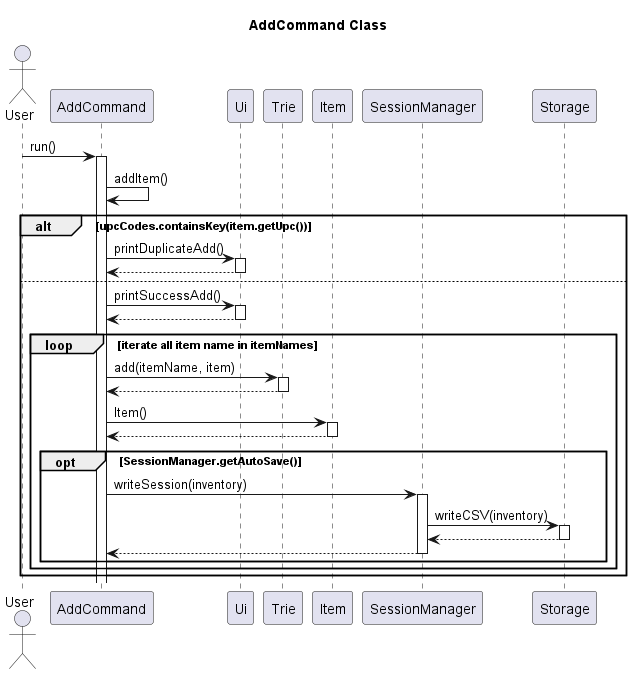
The PlantUML diagram docs/UML/Add/AddCommand.png in nus-cs2113-AY2223S2/tp, before a commit.
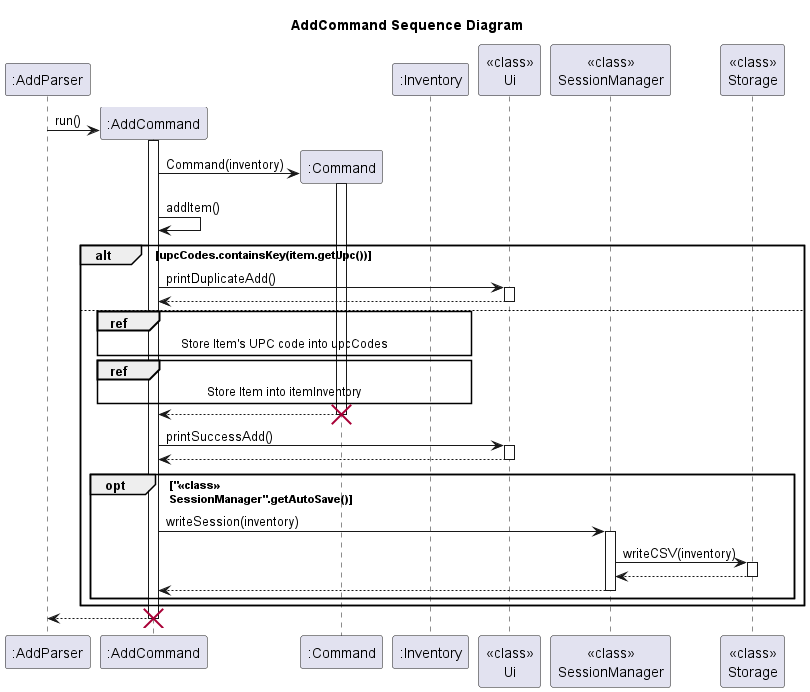
After the commit.

Change to the diagram source:
```diff
@@ -1,48 +1,46 @@
 @startuml
-title AddCommand Class
+title AddCommand Sequence Diagram
 
-actor User
-participant AddCommand
-User -> AddCommand: run()
+participant ":AddParser"
+participant ":AddCommand"
+":AddParser" -> ":AddCommand"**: run()
 
-activate AddCommand
-participant Ui
-AddCommand -> AddCommand: addItem()
+activate ":AddCommand"
+":AddCommand" -> ":Command"**:Command(inventory)
+activate ":Command"
+participant ":Inventory"
+participant "<<class>>\nUi"
+":AddCommand" -> ":AddCommand": addItem()
+
 alt upcCodes.containsKey(item.getUpc())
-AddCommand -> Ui: printDuplicateAdd()
-activate Ui
-Ui -->AddCommand:
-deactivate Ui
+":AddCommand" -> "<<class>>\nUi": printDuplicateAdd()
+activate "<<class>>\nUi"
+"<<class>>\nUi" -->":AddCommand":
+deactivate "<<class>>\nUi"
 else
-AddCommand -> Ui: printSuccessAdd()
-activate Ui
-Ui -->AddCommand:
-deactivate Ui
-participant Trie
-loop iterate all item name in itemNames
-AddCommand -> Trie:add(itemName, item)
-activate Trie
-Trie --> AddCommand:
-deactivate Trie
-AddCommand -> Item:Item()
-activate Item
-Item --> AddCommand:
-deactivate Item
-participant SessionManager
-participant Storage
-opt SessionManager.getAutoSave()
-AddCommand ->SessionManager:writeSession(inventory)
-activate SessionManager
-SessionManager->Storage:writeCSV(inventory)
-activate Storage
-Storage -->SessionManager:
-deactivate Storage
-SessionManager -->AddCommand:
-deactivate SessionManager
+ref over ":AddCommand",":Inventory":Store Item's UPC code into upcCodes
+ref over ":AddCommand",":Inventory":Store Item into itemInventory
+":Command" -->":AddCommand":
+deactivate ":Command"
+destroy ":Command"
+":AddCommand" -> "<<class>>\nUi": printSuccessAdd()
+activate "<<class>>\nUi"
+"<<class>>\nUi" -->":AddCommand":
+deactivate "<<class>>\nUi"
+participant "<<class>>\nSessionManager"
+participant "<<class>>\nStorage"
+opt "<<class>>\nSessionManager".getAutoSave()
+":AddCommand" ->"<<class>>\nSessionManager":writeSession(inventory)
+activate "<<class>>\nSessionManager"
+"<<class>>\nSessionManager"->"<<class>>\nStorage":writeCSV(inventory)
+activate "<<class>>\nStorage"
+"<<class>>\nStorage" -->"<<class>>\nSessionManager":
+deactivate "<<class>>\nStorage"
+"<<class>>\nSessionManager" -->":AddCommand":
+deactivate "<<class>>\nSessionManager"
 end
 end
-end
-
-
+":AddCommand" --> ":AddParser"
+destroy ":AddCommand"
 
 @enduml
```
